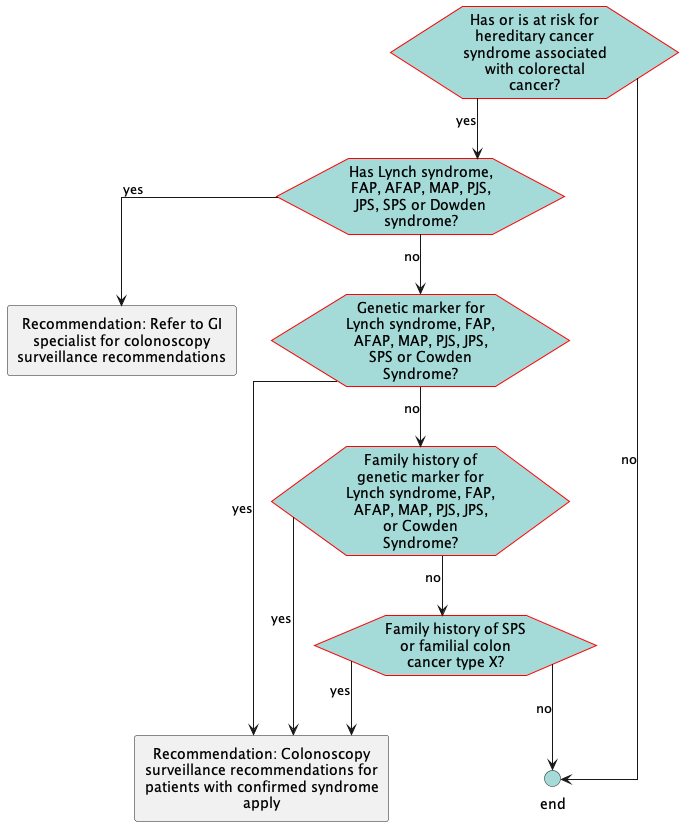
ccsm-cds-tools/CDC-Colorectal-Cancer-Screening-CDS-L2 keeps this PlantUML diagram as images/flow-Syndromes.png. Above is the earlier version.
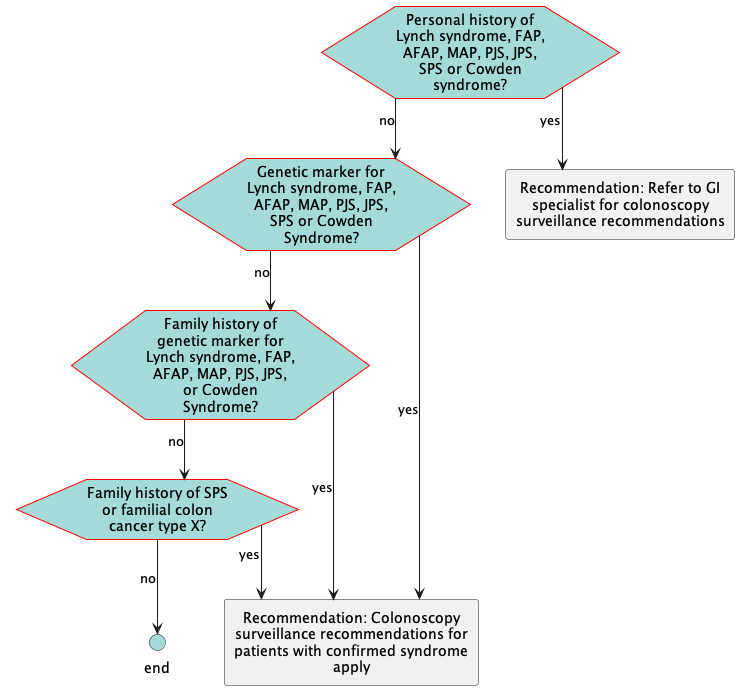
The same diagram one commit later.

Change to the diagram source:
```diff
@@ -17,16 +17,13 @@
     BackGroundColor: #A4DBD8
 }
 </style>
-hexagon "Has or is at risk for hereditary cancer syndrome associated with colorectal cancer?" as eve_HereditarySyndrome [[#eve-HereditarySyndrome]]
-hexagon "Has Lynch syndrome, FAP, AFAP, MAP, PJS, JPS, SPS or Dowden syndrome? " as eve_personalHxSyndrome [[#eve-personalHxSyndrome]]
+hexagon "Personal history of Lynch syndrome, FAP, AFAP, MAP, PJS, JPS, SPS or Cowden syndrome? " as eve_personalHxSyndrome [[#eve-personalHxSyndrome]]
 hexagon "Genetic marker for Lynch syndrome, FAP, AFAP, MAP, PJS, JPS, SPS or Cowden Syndrome?" as eve_GeneticMarkerSyndrome [[#eve-GeneticMarkerSyndrome]]
 hexagon "Family history of genetic marker for Lynch syndrome, FAP, AFAP, MAP, PJS, JPS, or Cowden Syndrome?" as eve_FamilyHxGeneticMarkerSyndrome [[#eve-FamilyHxGeneticMarkerSyndrome]]
 hexagon "Family history of SPS or familial colon cancer type X?" as eve_FamilyHxSPSOrFamilyCRCTypeX [[#eve-FamilyHxSPSOrFamilyCRCTypeX]]
-circle "end" as end_1 <<end>>
 rectangle "Recommendation: Refer to GI specialist for colonoscopy surveillance recommendations" as act_SyndromeReferral [[#act-SyndromeReferral]]
 rectangle "Recommendation: Colonoscopy surveillance recommendations for patients with confirmed syndrome apply" as act_AtRiskSyndromeReferral [[#act-AtRiskSyndromeReferral]]
-eve_HereditarySyndrome-->eve_personalHxSyndrome: yes
-eve_HereditarySyndrome-->end_1: no
+circle "end" as end_1 <<end>>
 eve_personalHxSyndrome-->act_SyndromeReferral: yes
 eve_personalHxSyndrome-->eve_GeneticMarkerSyndrome: no
 eve_GeneticMarkerSyndrome-->act_AtRiskSyndromeReferral: yes
```
